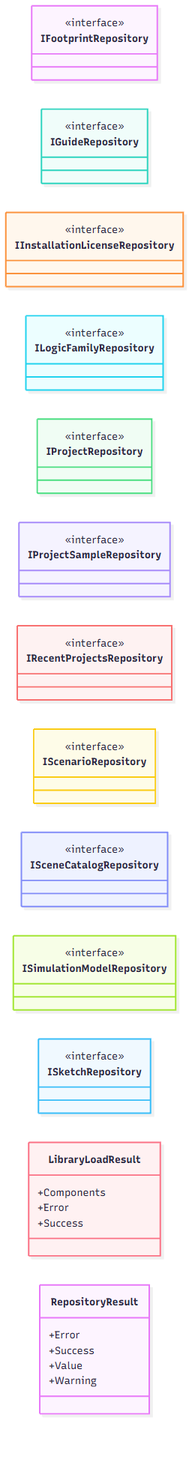
The Mermaid diagram docs/uml/images/repositories-formats-core-02.png in Ismail-DEV-dg/3D-physical-Technical-constructor, before a commit. Its source is kept beside it as docs/uml/generated/repositories-formats-core-02.mmd. The source it was exported from:
```mermaid
classDiagram
    direction LR
    class T01["IFootprintRepository"]
    <<interface>> T01
    class T02["IGuideRepository"]
    <<interface>> T02
    class T03["IInstallationLicenseRepository"]
    <<interface>> T03
    class T04["ILogicFamilyRepository"]
    <<interface>> T04
    class T05["IProjectRepository"]
    <<interface>> T05
    class T06["IProjectSampleRepository"]
    <<interface>> T06
    class T07["IRecentProjectsRepository"]
    <<interface>> T07
    class T08["IScenarioRepository"]
    <<interface>> T08
    class T09["ISceneCatalogRepository"]
    <<interface>> T09
    class T10["ISimulationModelRepository"]
    <<interface>> T10
    class T11["ISketchRepository"]
    <<interface>> T11
    class T12["LibraryLoadResult"]
    T12 : +Components
    T12 : +Error
    T12 : +Success
    class T13["RepositoryResult"]
    T13 : +Error
    T13 : +Success
    T13 : +Value
    T13 : +Warning
```
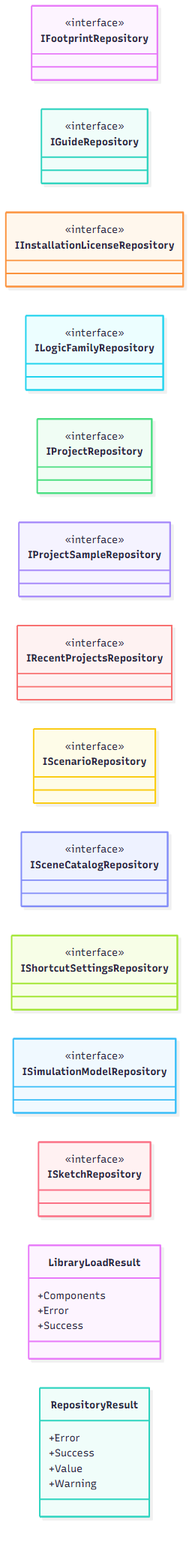
The same file after the commit.

The edit, as a diff of the source:
```diff
@@ -18,16 +18,18 @@
     <<interface>> T08
     class T09["ISceneCatalogRepository"]
     <<interface>> T09
-    class T10["ISimulationModelRepository"]
+    class T10["IShortcutSettingsRepository"]
     <<interface>> T10
-    class T11["ISketchRepository"]
+    class T11["ISimulationModelRepository"]
     <<interface>> T11
-    class T12["LibraryLoadResult"]
-    T12 : +Components
-    T12 : +Error
-    T12 : +Success
-    class T13["RepositoryResult"]
+    class T12["ISketchRepository"]
+    <<interface>> T12
+    class T13["LibraryLoadResult"]
+    T13 : +Components
     T13 : +Error
     T13 : +Success
-    T13 : +Value
-    T13 : +Warning
+    class T14["RepositoryResult"]
+    T14 : +Error
+    T14 : +Success
+    T14 : +Value
+    T14 : +Warning
```
